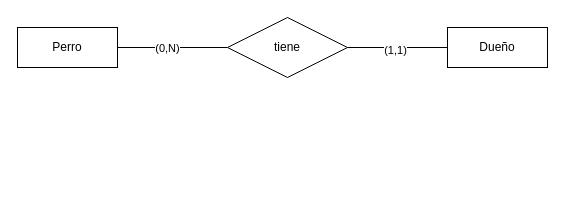
Before: GBD/Entidad_relacion_03.drawio in poliestireno/ASIR1_2627, a draw.io diagram. Source tidied: cells renumbered, new cells numbered last; positions are measured from the earlier drawing's top-left corner, leaving out a move shared by most shapes. Both pictures are drawn from the tidied source at 100%, with x=0, y=0 at pixel (17, 17).
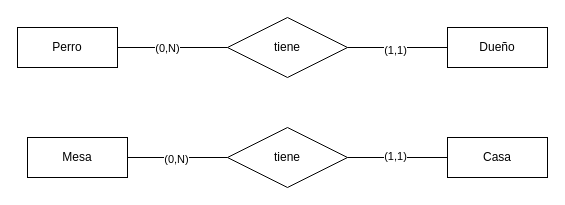
After the change.

Change to the diagram source:
```diff
@@
 <mxGraphModel>
   <root>
     <mxCell id="0" />
     <mxCell id="1" parent="0" />
     <mxCell id="2" value="Perro" style="whiteSpace=wrap;html=1;align=center;" parent="1" vertex="1">
       <mxGeometry y="10" width="100" height="40" as="geometry" />
     </mxCell>
     <mxCell id="3" value="Dueño" style="whiteSpace=wrap;html=1;align=center;" parent="1" vertex="1">
       <mxGeometry x="430" y="10" width="100" height="40" as="geometry" />
     </mxCell>
     <mxCell id="4" value="tiene" style="shape=rhombus;perimeter=rhombusPerimeter;whiteSpace=wrap;html=1;align=center;" parent="1" vertex="1">
       <mxGeometry x="210" width="120" height="60" as="geometry" />
     </mxCell>
     <mxCell id="5" style="endArrow=none;html=1;rounded=0;defaultLabelBackgroundColor=page;" parent="1" edge="1" source="2" target="4">
       <mxGeometry relative="1" as="geometry" />
     </mxCell>
     <mxCell id="6" value="(0,N)" style="edgeLabel;html=1;align=center;verticalAlign=middle;inheritText=1;defaultLabelBackgroundColor=page;" parent="5" vertex="1">
       <mxGeometry x="-0.11" relative="1" as="geometry" />
     </mxCell>
     <mxCell id="7" style="endArrow=none;html=1;rounded=0;defaultLabelBackgroundColor=page;" parent="1" edge="1" source="4" target="3">
       <mxGeometry relative="1" as="geometry" />
     </mxCell>
     <mxCell id="8" value="(1,1)" style="edgeLabel;html=1;align=center;verticalAlign=middle;inheritText=1;defaultLabelBackgroundColor=page;" parent="7" vertex="1">
       <mxGeometry x="-0.06" y="-2" relative="1" as="geometry" />
     </mxCell>
+    <mxCell id="9" value="Mesa" style="whiteSpace=wrap;html=1;align=center;" parent="1" vertex="1">
+      <mxGeometry x="10" y="120" width="100" height="40" as="geometry" />
+    </mxCell>
+    <mxCell id="10" value="Casa" style="whiteSpace=wrap;html=1;align=center;" parent="1" vertex="1">
+      <mxGeometry x="430" y="120" width="100" height="40" as="geometry" />
+    </mxCell>
+    <mxCell id="11" value="tiene" style="shape=rhombus;perimeter=rhombusPerimeter;whiteSpace=wrap;html=1;align=center;" parent="1" vertex="1">
+      <mxGeometry x="210" y="110" width="120" height="60" as="geometry" />
+    </mxCell>
+    <mxCell id="12" style="endArrow=none;html=1;rounded=0;defaultLabelBackgroundColor=page;" parent="1" edge="1" source="9" target="11">
+      <mxGeometry relative="1" as="geometry" />
+    </mxCell>
+    <mxCell id="13" value="(0,N)" style="edgeLabel;html=1;align=center;verticalAlign=middle;inheritText=1;defaultLabelBackgroundColor=page;" parent="12" vertex="1">
+      <mxGeometry x="-0.04" y="-1" relative="1" as="geometry" />
+    </mxCell>
+    <mxCell id="14" style="endArrow=none;html=1;rounded=0;defaultLabelBackgroundColor=page;" parent="1" edge="1" source="11" target="10">
+      <mxGeometry relative="1" as="geometry" />
+    </mxCell>
+    <mxCell id="15" value="(1,1)" style="edgeLabel;html=1;align=center;verticalAlign=middle;inheritText=1;defaultLabelBackgroundColor=page;" parent="14" vertex="1">
+      <mxGeometry x="-0.06" y="2" relative="1" as="geometry" />
+    </mxCell>
   </root>
 </mxGraphModel>
```
